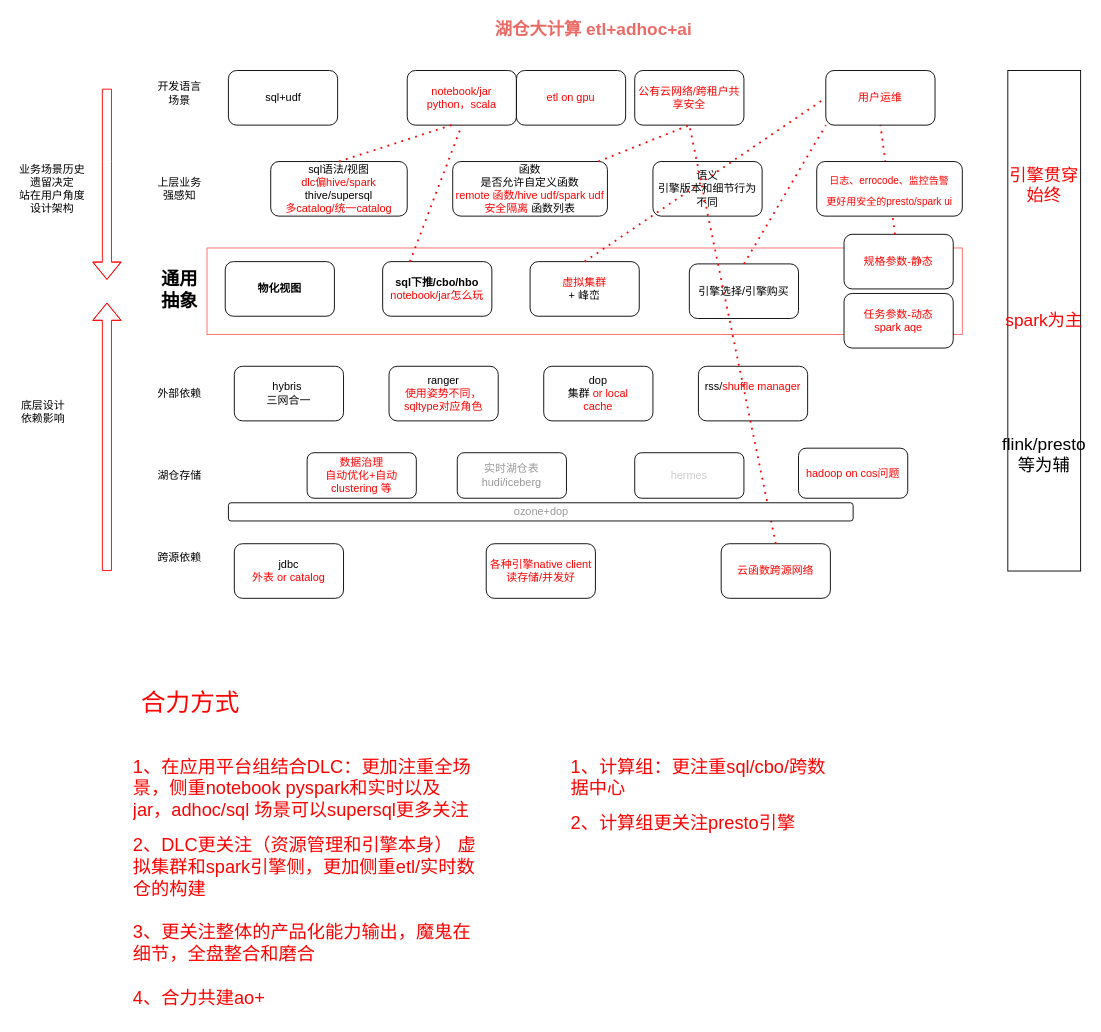
yuhuali1989/ui keeps this draw.io diagram as 统一计算.drawio. Above is the earlier version. Source tidied: cells renumbered, new cells numbered last; positions are measured from the earlier drawing's top-left corner, leaving out a move shared by most shapes. Both pictures are drawn from the tidied source at 91%, with x=0, y=0 at pixel (15, 15).
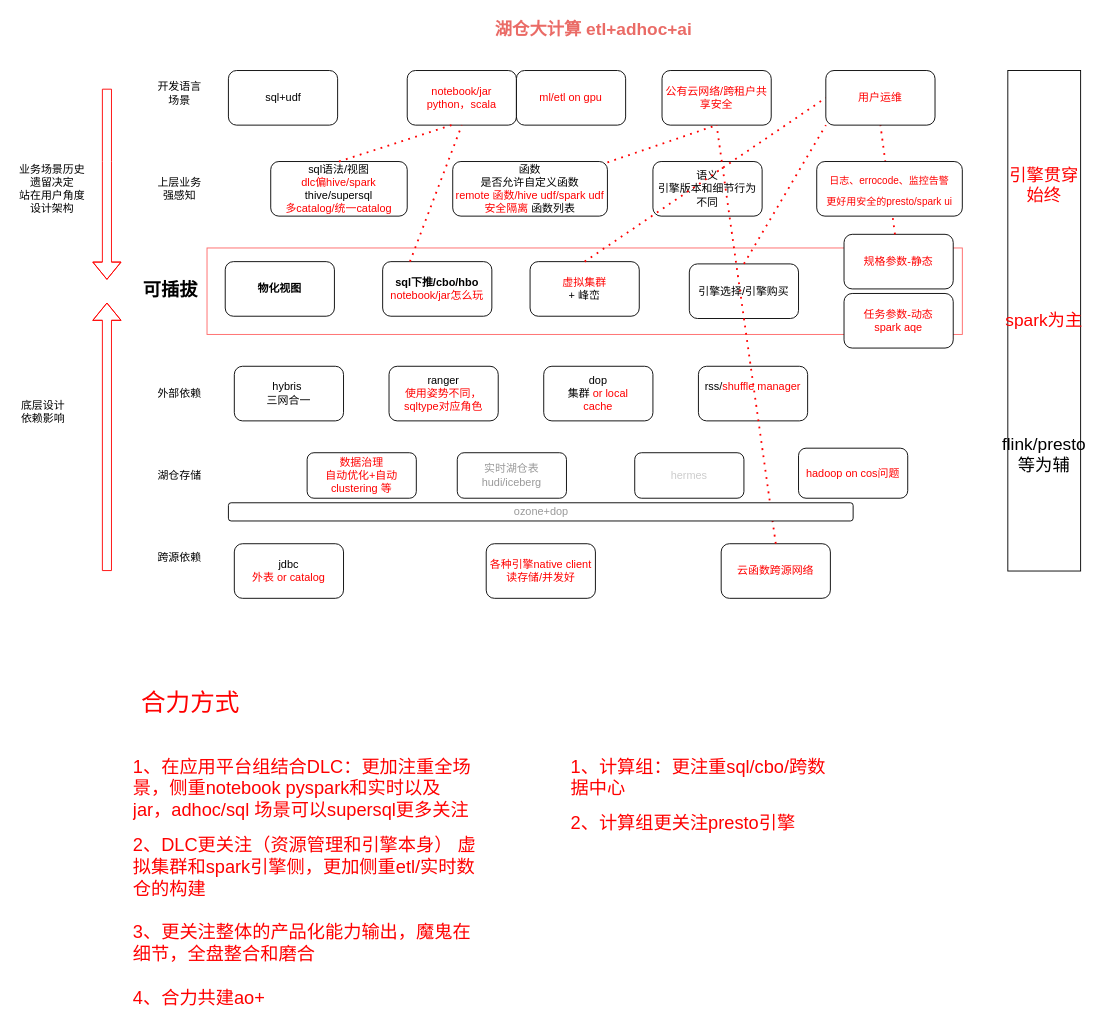
Above is the later version.

What changed in the source:
```diff
@@
-    <mxCell id="11" value="通用抽象" style="text;html=1;strokeColor=none;fillColor=none;align=center;verticalAlign=middle;whiteSpace=wrap;rounded=0;fontSize=20;fontStyle=1;fontColor=#000000;" parent="1" vertex="1">
-      <mxGeometry x="150" y="285" width="60" height="30" as="geometry" />
+    <mxCell id="11" value="可插拔" style="text;html=1;strokeColor=none;fillColor=none;align=center;verticalAlign=middle;whiteSpace=wrap;rounded=0;fontSize=20;fontStyle=1;fontColor=#000000;" parent="1" vertex="1">
+      <mxGeometry x="130" y="285" width="80" height="30" as="geometry" />
     </mxCell>
@@
     <mxCell id="23" value="&lt;font&gt;公有云网络/跨租户共享安全&lt;/font&gt;" style="rounded=1;whiteSpace=wrap;html=1;fontColor=#FF0000;" parent="1" vertex="1">
-      <mxGeometry x="680" y="60" width="120" height="60" as="geometry" />
+      <mxGeometry x="710" y="60" width="120" height="60" as="geometry" />
     </mxCell>
@@
-    <mxCell id="51" value="etl on gpu" style="rounded=1;whiteSpace=wrap;html=1;fontColor=#FF0000;" parent="1" vertex="1">
+    <mxCell id="51" value="ml/etl on gpu" style="rounded=1;whiteSpace=wrap;html=1;fontColor=#FF0000;" parent="1" vertex="1">
       <mxGeometry x="550" y="60" width="120" height="60" as="geometry" />
     </mxCell>
```
